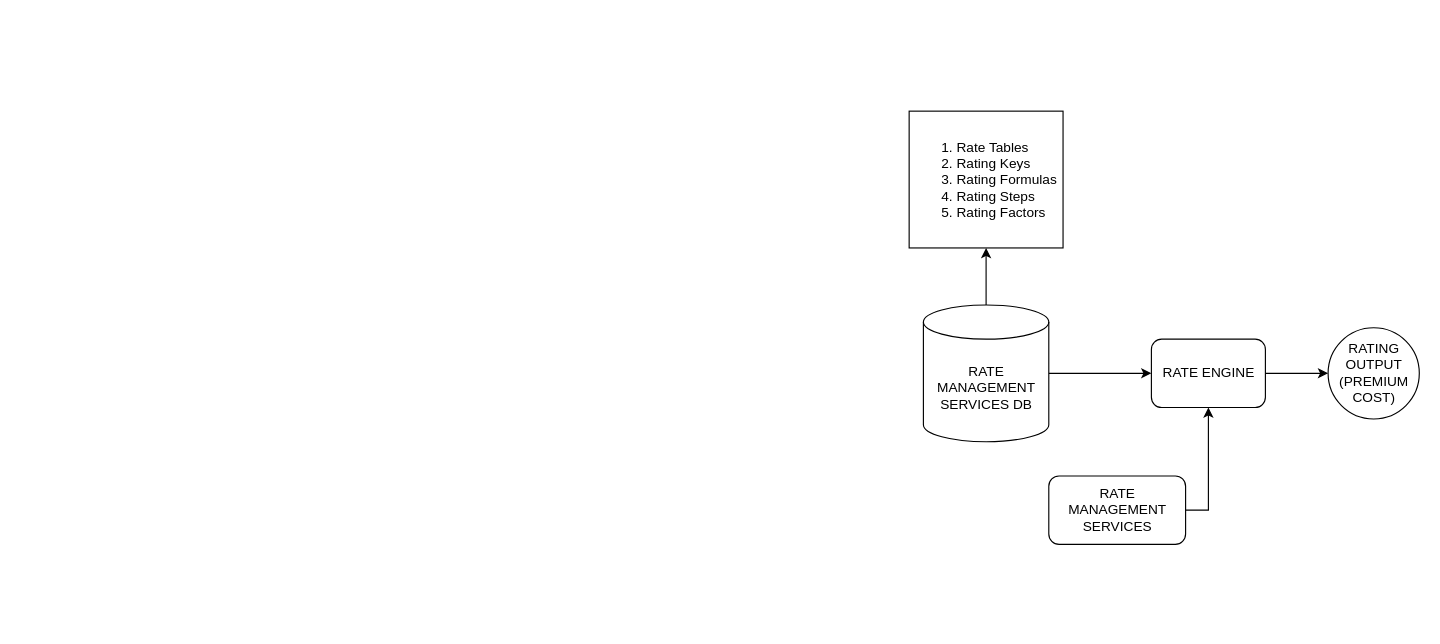
Earlier version of the draw.io diagram Untitled Diagram.drawio (Alan-Mejia-Mtz/hello-world). Source tidied: cells renumbered, new cells numbered last; positions are measured from the earlier drawing's top-left corner, leaving out a move shared by most shapes. Both pictures are drawn from the tidied source at 114%, with x=0, y=0 at pixel (909, 111).
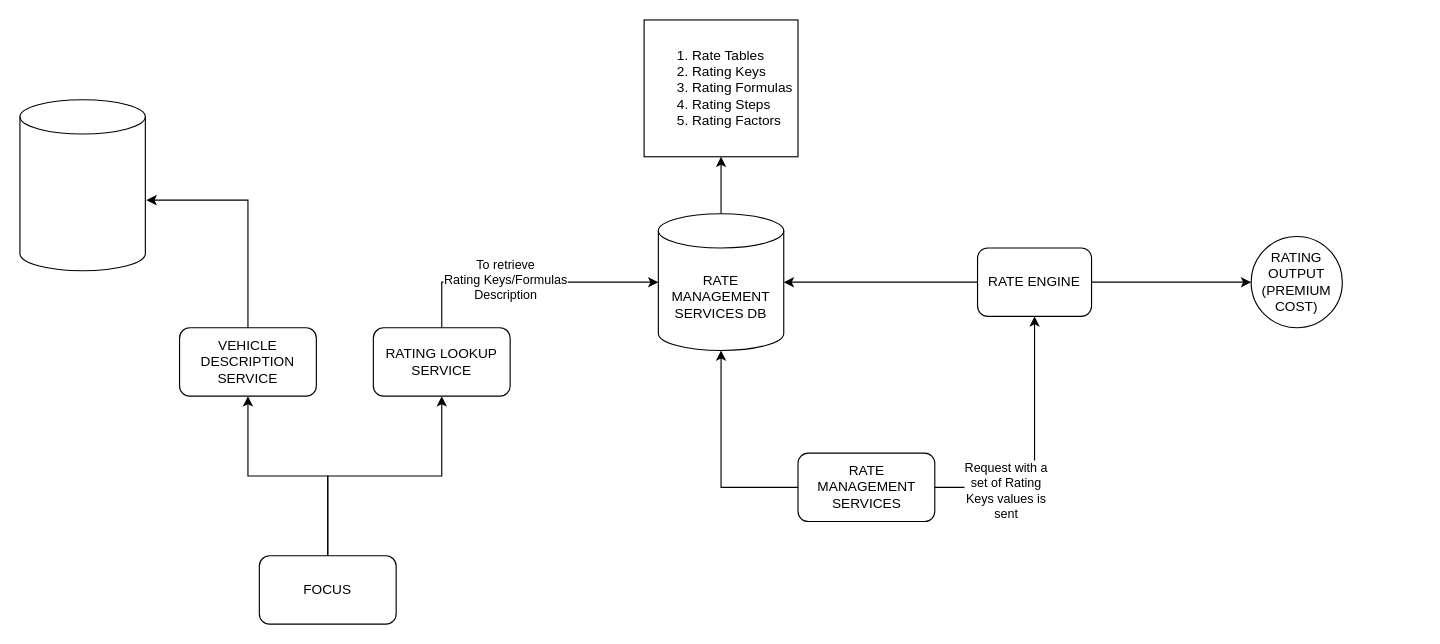
The same page after the edit.

The change refers to these unchanged cells:
```xml
<mxCell id="8" style="edgeStyle=orthogonalEdgeStyle;rounded=0;jettySize=auto;html=1;exitX=1;exitY=0.5;exitDx=0;exitDy=0;" parent="1" edge="1" source="2" target="4">
  <mxGeometry relative="1" as="geometry" />
</mxCell>
```

Diff of the diagram source:
```diff
@@
     <mxCell id="2" value="RATE MANAGEMENT SERVICES" style="rounded=1;whiteSpace=wrap;html=1;" parent="1" vertex="1">
-      <mxGeometry x="122.5" y="320" width="120" height="60" as="geometry" />
+      <mxGeometry x="-97.5" y="300" width="120" height="60" as="geometry" />
     </mxCell>
@@
     <mxCell id="4" value="RATE ENGINE" style="rounded=1;whiteSpace=wrap;html=1;" parent="1" vertex="1">
-      <mxGeometry x="212.5" y="200" width="100" height="60" as="geometry" />
+      <mxGeometry x="60" y="120" width="100" height="60" as="geometry" />
     </mxCell>
-    <mxCell id="5" style="edgeStyle=orthogonalEdgeStyle;rounded=0;jettySize=auto;html=1;exitX=1;exitY=0.5;exitDx=0;exitDy=0;exitPerimeter=0;entryX=0;entryY=0.5;entryDx=0;entryDy=0;" parent="1" edge="1" source="7" target="4">
-      <mxGeometry relative="1" as="geometry" />
-    </mxCell>
@@
     <mxCell id="7" value="RATE MANAGEMENT SERVICES DB" style="shape=cylinder3;whiteSpace=wrap;html=1;boundedLbl=1;backgroundOutline=1;size=15;" parent="1" vertex="1">
-      <mxGeometry x="12.5" y="170" width="110" height="120" as="geometry" />
+      <mxGeometry x="-220" y="90" width="110" height="120" as="geometry" />
     </mxCell>
@@
+    <mxCell id="11" value="Request with a&lt;br&gt;set of Rating&lt;br&gt;Keys values is&lt;br&gt;sent" style="edgeLabel;html=1;align=center;verticalAlign=middle;" parent="8" vertex="1">
+      <mxGeometry x="-0.48" y="-2" relative="1" as="geometry" />
+    </mxCell>
     <mxCell id="9" value="RATING OUTPUT&lt;br&gt;(PREMIUM COST)" style="ellipse;whiteSpace=wrap;html=1;rounded=1;" parent="1" vertex="1">
-      <mxGeometry x="367.5" y="190" width="80" height="80" as="geometry" />
+      <mxGeometry x="300" y="110" width="80" height="80" as="geometry" />
     </mxCell>
     <mxCell id="10" value="&lt;ol&gt;&lt;li&gt;Rate Tables&lt;/li&gt;&lt;li&gt;Rating Keys&lt;/li&gt;&lt;li&gt;Rating Formulas&lt;/li&gt;&lt;li&gt;Rating Steps&lt;/li&gt;&lt;li&gt;Rating Factors&lt;/li&gt;&lt;/ol&gt;" style="whiteSpace=wrap;html=1;align=left;" parent="1" vertex="1">
-      <mxGeometry width="135" height="120" as="geometry" />
+      <mxGeometry x="-232.5" y="-80" width="135" height="120" as="geometry" />
     </mxCell>
+    <mxCell id="12" style="edgeStyle=orthogonalEdgeStyle;rounded=0;jettySize=auto;html=1;" parent="1" edge="1" source="14" target="17">
+      <mxGeometry relative="1" as="geometry" />
+    </mxCell>
+    <mxCell id="13" style="edgeStyle=orthogonalEdgeStyle;rounded=0;jettySize=auto;html=1;" parent="1" edge="1" source="14" target="18">
+      <mxGeometry relative="1" as="geometry" />
+    </mxCell>
+    <mxCell id="14" value="FOCUS" style="rounded=1;whiteSpace=wrap;html=1;" parent="1" vertex="1">
+      <mxGeometry x="-570" y="390" width="120" height="60" as="geometry" />
+    </mxCell>
+    <mxCell id="15" style="edgeStyle=orthogonalEdgeStyle;rounded=0;jettySize=auto;html=1;exitX=0;exitY=0.5;exitDx=0;exitDy=0;entryX=1;entryY=0.5;entryDx=0;entryDy=0;entryPerimeter=0;" parent="1" edge="1" source="4" target="7">
+      <mxGeometry relative="1" as="geometry" />
+    </mxCell>
+    <mxCell id="16" style="edgeStyle=orthogonalEdgeStyle;rounded=0;jettySize=auto;html=1;exitX=0;exitY=0.5;exitDx=0;exitDy=0;entryX=0.5;entryY=1;entryDx=0;entryDy=0;entryPerimeter=0;" parent="1" edge="1" source="2" target="7">
+      <mxGeometry relative="1" as="geometry" />
+    </mxCell>
+    <mxCell id="17" value="VEHICLE DESCRIPTION SERVICE" style="whiteSpace=wrap;html=1;rounded=1;" parent="1" vertex="1">
+      <mxGeometry x="-640" y="190" width="120" height="60" as="geometry" />
+    </mxCell>
+    <mxCell id="18" value="RATING LOOKUP SERVICE" style="rounded=1;whiteSpace=wrap;html=1;" parent="1" vertex="1">
+      <mxGeometry x="-470" y="190" width="120" height="60" as="geometry" />
+    </mxCell>
+    <mxCell id="19" style="edgeStyle=orthogonalEdgeStyle;rounded=0;jettySize=auto;html=1;exitX=0.5;exitY=0;exitDx=0;exitDy=0;entryX=0;entryY=0.5;entryDx=0;entryDy=0;entryPerimeter=0;" parent="1" edge="1" source="18" target="7">
+      <mxGeometry relative="1" as="geometry" />
+    </mxCell>
+    <mxCell id="20" value="To retrieve &lt;br&gt;Rating Keys/Formulas &lt;br&gt;Description" style="edgeLabel;html=1;align=center;verticalAlign=middle;" parent="19" vertex="1">
+      <mxGeometry x="-0.17" y="3" relative="1" as="geometry" />
+    </mxCell>
+    <mxCell id="21" style="shape=cylinder3;whiteSpace=wrap;html=1;boundedLbl=1;backgroundOutline=1;size=15;" parent="1" vertex="1">
+      <mxGeometry x="-780" y="-10" width="110" height="150" as="geometry" />
+    </mxCell>
+    <mxCell id="22" style="edgeStyle=orthogonalEdgeStyle;rounded=0;jettySize=auto;html=1;exitX=0.5;exitY=0;exitDx=0;exitDy=0;entryX=1.009;entryY=0.587;entryDx=0;entryDy=0;entryPerimeter=0;" parent="1" edge="1" source="17" target="21">
+      <mxGeometry relative="1" as="geometry" />
+    </mxCell>
```
